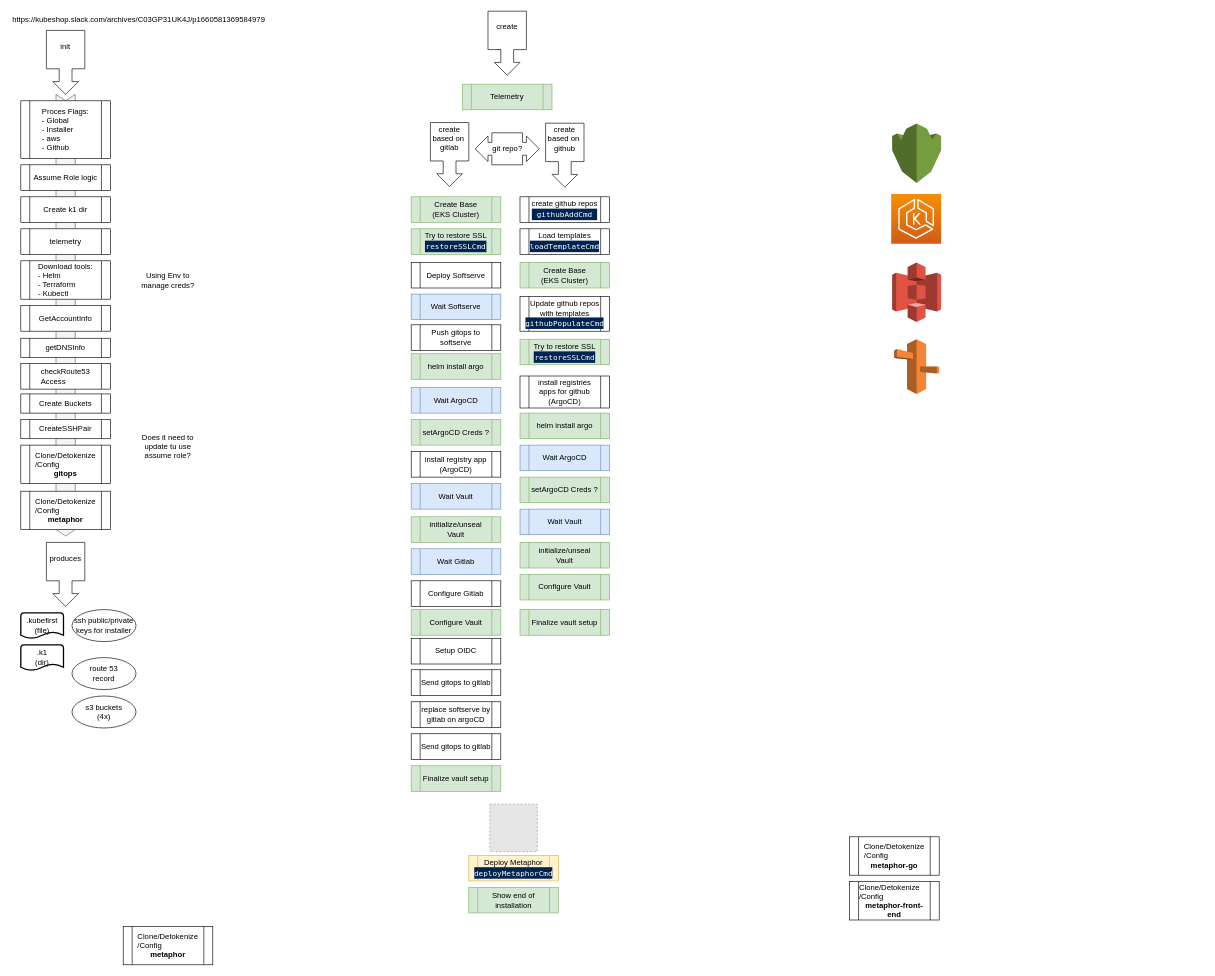
Above: Installer.drawio in org-demo-6za/diagrams-kubefirst (draw.io), before the change. Source tidied: cells renumbered, new cells numbered last; positions are measured from the earlier drawing's top-left corner, leaving out a move shared by most shapes. Both pictures are drawn from the tidied source at 64%, with x=0, y=0 at pixel (-156, 11). Pictures stored in the file or linked from it are replaced by grey dashed boxes.
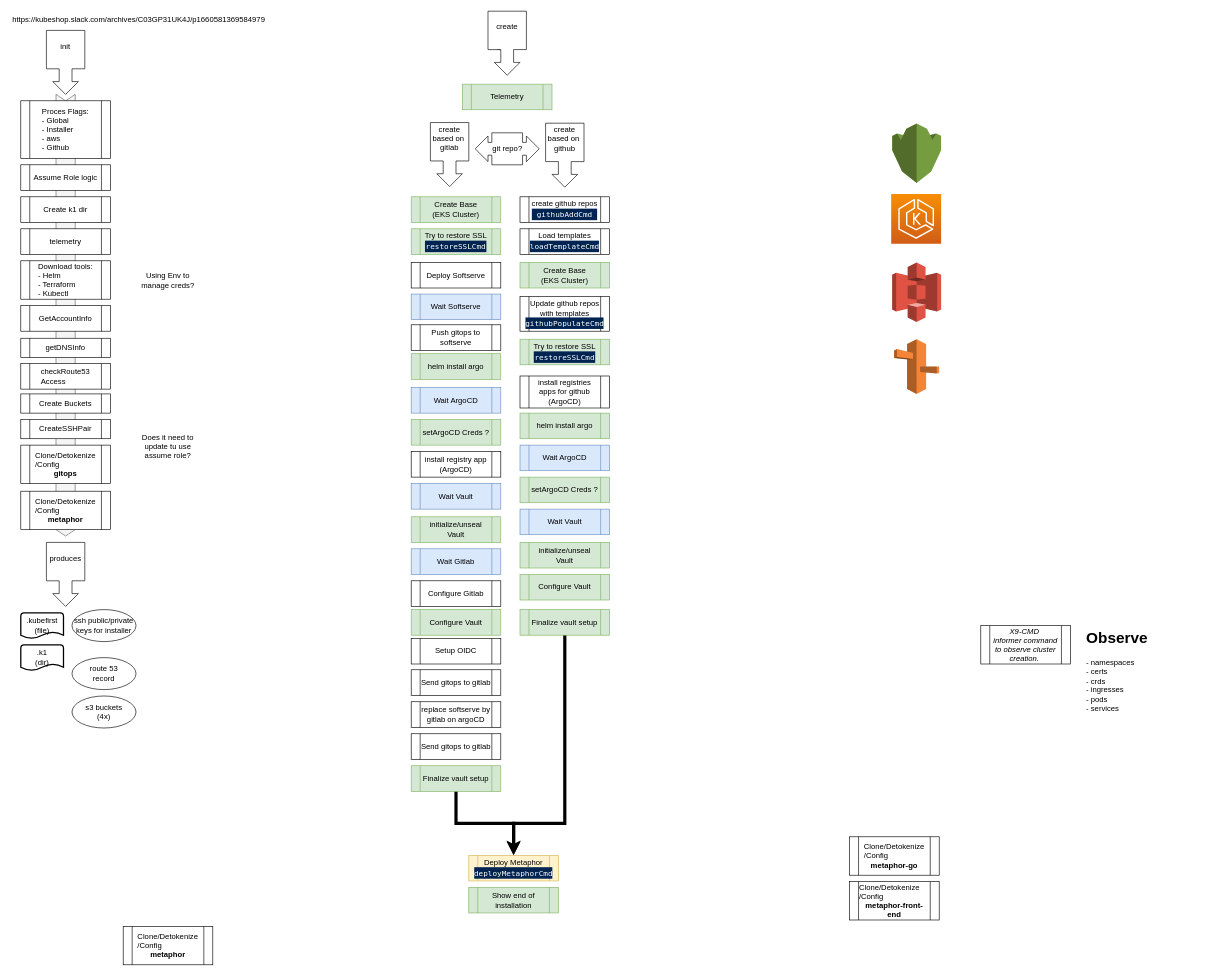
After the change.

The change refers to these unchanged cells:
```xml
<mxCell id="56" value="&lt;div style=&quot;&quot;&gt;Finalize vault setup&lt;/div&gt;" style="shape=process;whiteSpace=wrap;html=1;backgroundOutline=1;align=center;fillColor=#d5e8d4;strokeColor=#82b366;" parent="1" vertex="1">
  <mxGeometry x="885" y="1179" width="140" height="40" as="geometry" />
</mxCell>
<mxCell id="79" value="&lt;div style=&quot;&quot;&gt;Deploy Metaphor&lt;/div&gt;&lt;div style=&quot;&quot;&gt;&lt;div&gt;&lt;div style=&quot;color: rgb(255, 255, 255); background-color: rgb(0, 36, 81); font-family: Menlo, Monaco, &amp;quot;Courier New&amp;quot;, monospace; line-height: 18px;&quot;&gt;deployMetaphorCmd&lt;/div&gt;&lt;/div&gt;&lt;/div&gt;" style="shape=process;whiteSpace=wrap;html=1;backgroundOutline=1;align=center;fillColor=#fff2cc;strokeColor=#d6b656;" parent="1" vertex="1">
  <mxGeometry x="975" y="1319" width="140" height="40" as="geometry" />
</mxCell>
```

The edit, as a diff of the source:
```diff
@@
+    <mxCell id="80" style="edgeStyle=orthogonalEdgeStyle;rounded=0;jettySize=auto;html=1;exitX=0.5;exitY=1;exitDx=0;exitDy=0;strokeWidth=5;" parent="1" edge="1" source="56" target="79">
+      <mxGeometry relative="1" as="geometry" />
+    </mxCell>
@@
+    <mxCell id="81" style="edgeStyle=orthogonalEdgeStyle;rounded=0;orthogonalLoop=1;jettySize=auto;html=1;exitX=0.5;exitY=1;exitDx=0;exitDy=0;strokeWidth=5;" parent="1" edge="1">
+      <mxGeometry relative="1" as="geometry">
+        <mxPoint x="1125" y="974" as="sourcePoint" />
+        <mxPoint x="1045" y="1318" as="targetPoint" />
+        <Array as="points">
+          <mxPoint x="1125" y="1269" />
+          <mxPoint x="1045" y="1269" />
+        </Array>
+      </mxGeometry>
+    </mxCell>
@@
-    <mxCell id="74" style="fillColor=#E6E6E6;strokeColor=#999999;dashed=1;html=1;verticalAlign=top;verticalLabelPosition=bottom;labelBackgroundColor=#ffffff;" parent="1" vertex="1">
-      <mxGeometry x="1008" y="1239" width="74" height="74" as="geometry" />
-    </mxCell>
@@
+    <mxCell id="82" value="&lt;div style=&quot;&quot;&gt;&lt;i&gt;X9-CMD&amp;nbsp;&lt;/i&gt;&lt;/div&gt;&lt;div style=&quot;&quot;&gt;&lt;i&gt;informer command to observe cluster creation.&amp;nbsp;&lt;/i&gt;&lt;/div&gt;" style="shape=process;whiteSpace=wrap;html=1;backgroundOutline=1;align=center;" parent="1" vertex="1">
+      <mxGeometry x="1775" y="960" width="140" height="60" as="geometry" />
+    </mxCell>
+    <mxCell id="83" value="&lt;h1&gt;Observe&lt;/h1&gt;&lt;div&gt;- namespaces&lt;/div&gt;&lt;div&gt;- certs&lt;/div&gt;&lt;div&gt;- crds&lt;/div&gt;&lt;div&gt;- ingresses&lt;/div&gt;&lt;div&gt;- pods&lt;/div&gt;&lt;div&gt;- services&lt;/div&gt;&lt;div&gt;&lt;br&gt;&lt;/div&gt;" style="text;html=1;strokeColor=none;fillColor=none;spacing=5;spacingTop=-20;whiteSpace=wrap;overflow=hidden;rounded=0;" parent="1" vertex="1">
+      <mxGeometry x="1935" y="960" width="190" height="180" as="geometry" />
+    </mxCell>
```
